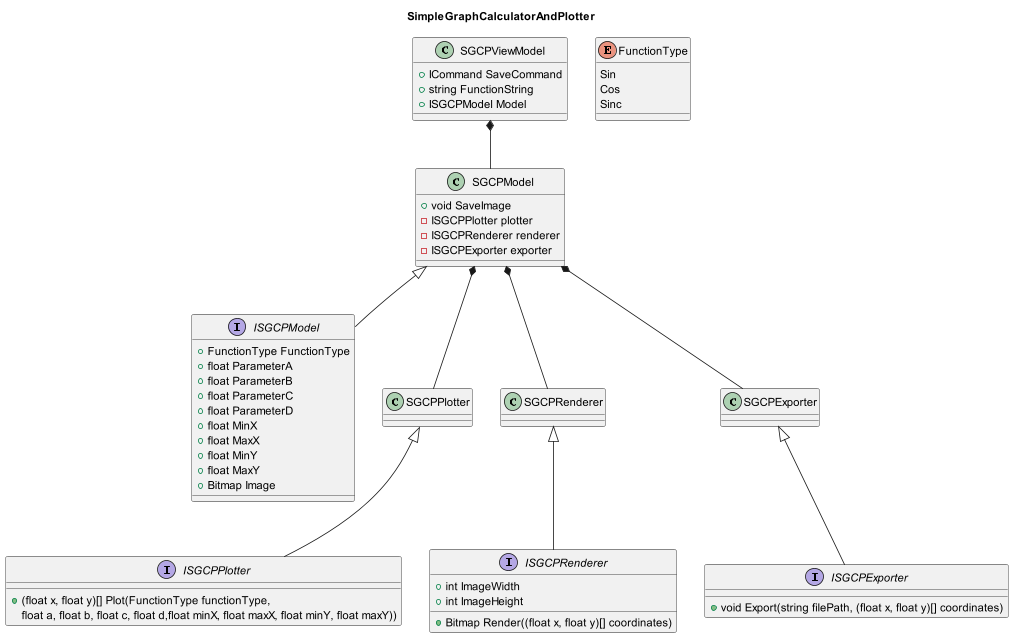
Feldruebe/SimpleGraphCalculatorAndPlotter keeps this PlantUML diagram as SimpleGraphCalculatorAndPlotter/Analysis/Classes-SimpleGraphCalculatorAndPlotter.png. Above is the earlier version.
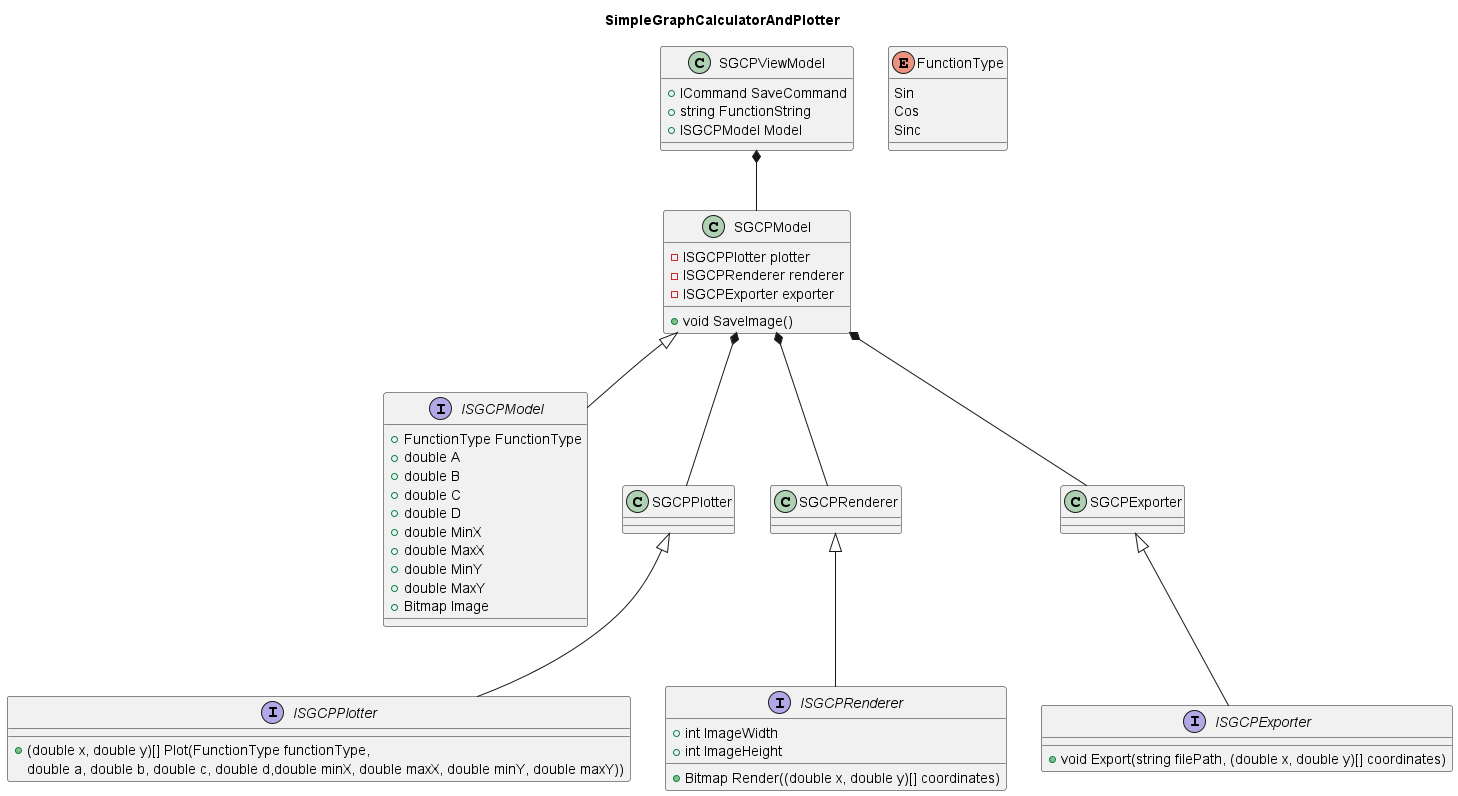
Later version of the same file.

Diff of the diagram source:
```diff
@@ -33,7 +33,7 @@
 
 class SGCPModel
 {
-    +void SaveImage
+    +void SaveImage()
     -ISGCPPlotter plotter
     -ISGCPRenderer renderer
     -ISGCPExporter exporter
@@ -42,33 +42,33 @@
 interface ISGCPModel
 {
     +FunctionType FunctionType
-    +float ParameterA
-    +float ParameterB
-    +float ParameterC
-    +float ParameterD
-    +float MinX
-    +float MaxX
-    +float MinY
-    +float MaxY
+    +double A
+    +double B
+    +double C
+    +double D
+    +double MinX
+    +double MaxX
+    +double MinY
+    +double MaxY
     +Bitmap Image
 }
 
 interface ISGCPPlotter
 {
-    +(float x, float y)[] Plot(FunctionType functionType,
-    float a, float b, float c, float d,float minX, float maxX, float minY, float maxY))
+    +(double x, double y)[] Plot(FunctionType functionType,
+    double a, double b, double c, double d,double minX, double maxX, double minY, double maxY))
 }
 
 interface ISGCPRenderer
 {
     +int ImageWidth
     +int ImageHeight
-    +Bitmap Render((float x, float y)[] coordinates)
+    +Bitmap Render((double x, double y)[] coordinates)
 }
 
 interface ISGCPExporter
 {
-    +void Export(string filePath, (float x, float y)[] coordinates)
+    +void Export(string filePath, (double x, double y)[] coordinates)
 }
 
 @enduml
```
